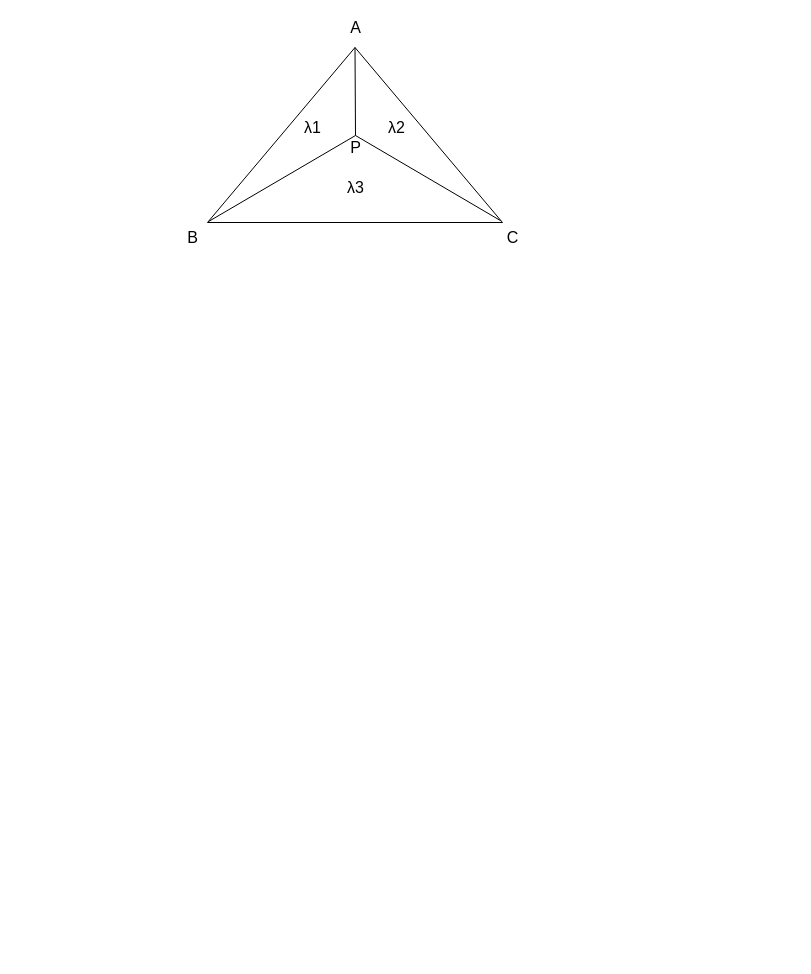
The draw.io diagram file/Render/Graphics/BarycentricInterpolation/BarycentricInterpolation.drawio in FallingXun/FallingXun.github.io, before the edit. Source tidied: cells renumbered, new cells numbered last; positions are measured from the earlier drawing's top-left corner, leaving out a move shared by most shapes. Both pictures are drawn from the tidied source at 100%, with x=0, y=0 at pixel (177, -13).
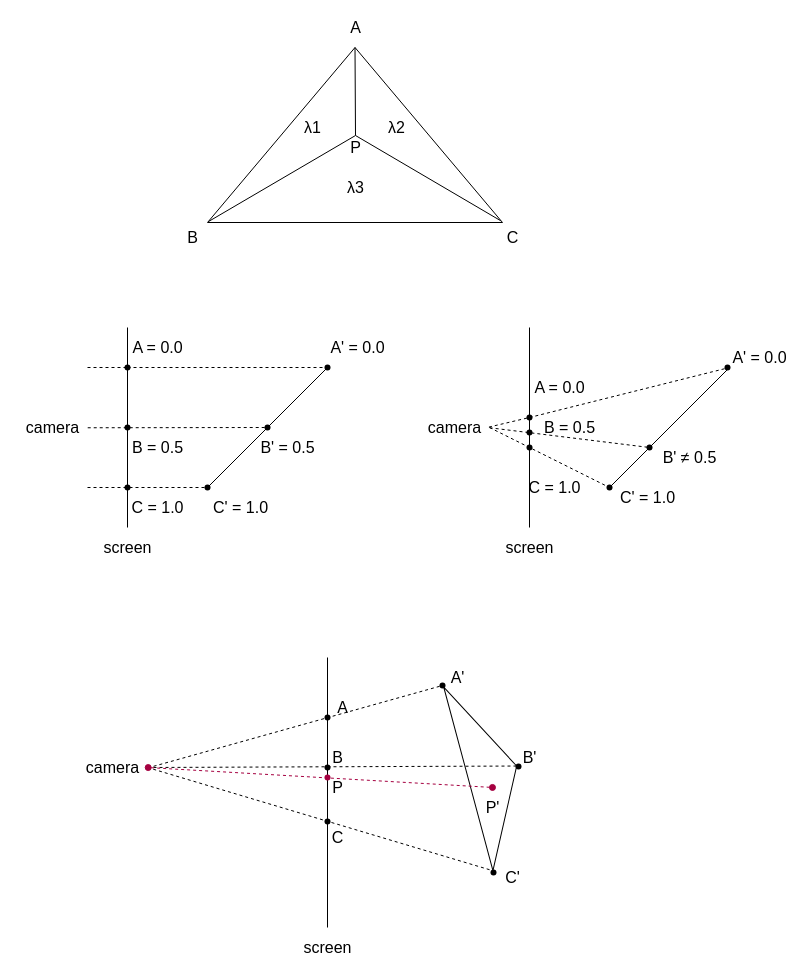
After the change.

What changed in the source:
```diff
@@
+    <mxCell id="13" style="endArrow=none;html=1;fontSize=16;startArrow=none;" parent="1" edge="1" source="73">
+      <mxGeometry relative="1" as="geometry">
+        <mxPoint x="-50" y="340" as="targetPoint" />
+      </mxGeometry>
+    </mxCell>
+    <mxCell id="14" style="endArrow=none;html=1;fontSize=16;startArrow=none;" parent="1" edge="1" source="67">
+      <mxGeometry relative="1" as="geometry">
+        <mxPoint x="150" y="380" as="targetPoint" />
+      </mxGeometry>
+    </mxCell>
+    <mxCell id="15" style="endArrow=none;dashed=1;html=1;fontSize=16;startArrow=none;" parent="1" edge="1" source="65">
+      <mxGeometry relative="1" as="geometry">
+        <mxPoint x="150" y="380" as="targetPoint" />
+      </mxGeometry>
+    </mxCell>
+    <mxCell id="16" value="camera" style="text;html=1;align=center;verticalAlign=middle;points=[];fillColor=none;strokeColor=none;rounded=0;fontSize=16;" parent="1" vertex="1">
+      <mxGeometry x="-160" y="430" width="70" height="20" as="geometry" />
+    </mxCell>
+    <mxCell id="17" value="screen" style="text;html=1;align=center;verticalAlign=middle;fillColor=none;strokeColor=none;rounded=0;fontSize=16;" parent="1" vertex="1">
+      <mxGeometry x="-80" y="550" width="60" height="20" as="geometry" />
+    </mxCell>
+    <mxCell id="18" style="endArrow=none;dashed=1;html=1;fontSize=16;exitX=1.003;exitY=0.513;exitDx=0;exitDy=0;exitPerimeter=0;" parent="1" edge="1" source="16">
+      <mxGeometry relative="1" as="geometry">
+        <mxPoint x="90" y="440" as="targetPoint" />
+      </mxGeometry>
+    </mxCell>
+    <mxCell id="19" style="endArrow=none;dashed=1;html=1;fontSize=16;startArrow=none;" parent="1" edge="1" source="69">
+      <mxGeometry relative="1" as="geometry">
+        <mxPoint x="30" y="500" as="targetPoint" />
+      </mxGeometry>
+    </mxCell>
+    <mxCell id="20" style="endArrow=none;html=1;fontSize=16;startArrow=none;" parent="1" edge="1" source="57">
+      <mxGeometry relative="1" as="geometry">
+        <mxPoint x="352" y="340" as="targetPoint" />
+      </mxGeometry>
+    </mxCell>
+    <mxCell id="21" style="endArrow=none;html=1;fontSize=16;startArrow=none;" parent="1" edge="1" source="62">
+      <mxGeometry relative="1" as="geometry">
+        <mxPoint x="552" y="380" as="targetPoint" />
+      </mxGeometry>
+    </mxCell>
+    <mxCell id="22" style="endArrow=none;dashed=1;html=1;fontSize=16;exitDx=0;exitDy=0;exitPerimeter=0;startArrow=none;" parent="1" edge="1" source="55">
+      <mxGeometry relative="1" as="geometry">
+        <mxPoint x="552" y="380" as="targetPoint" />
+      </mxGeometry>
+    </mxCell>
+    <mxCell id="23" value="camera" style="text;html=1;align=center;verticalAlign=middle;points=[];fillColor=none;strokeColor=none;rounded=0;fontSize=16;" parent="1" vertex="1">
+      <mxGeometry x="242" y="430" width="70" height="20" as="geometry" />
+    </mxCell>
+    <mxCell id="24" value="screen" style="text;html=1;align=center;verticalAlign=middle;fillColor=none;strokeColor=none;rounded=0;fontSize=16;" parent="1" vertex="1">
+      <mxGeometry x="322" y="550" width="60" height="20" as="geometry" />
+    </mxCell>
+    <mxCell id="25" style="endArrow=none;dashed=1;html=1;fontSize=16;exitX=1.003;exitY=0.513;exitDx=0;exitDy=0;exitPerimeter=0;" parent="1" edge="1" source="23">
+      <mxGeometry relative="1" as="geometry">
+        <mxPoint x="472" y="460" as="targetPoint" />
+      </mxGeometry>
+    </mxCell>
+    <mxCell id="26" style="endArrow=none;dashed=1;html=1;fontSize=16;" parent="1" edge="1">
+      <mxGeometry relative="1" as="geometry">
+        <mxPoint x="312" y="440" as="sourcePoint" />
+        <mxPoint x="432" y="500" as="targetPoint" />
+      </mxGeometry>
+    </mxCell>
+    <mxCell id="27" value="A = 0.0" style="text;html=1;align=center;verticalAlign=middle;fillColor=none;strokeColor=none;rounded=0;fontSize=16;" parent="1" vertex="1">
+      <mxGeometry x="-55" y="350" width="70" height="20" as="geometry" />
+    </mxCell>
+    <mxCell id="28" value="C = 1.0" style="text;html=1;align=center;verticalAlign=middle;fillColor=none;strokeColor=none;rounded=0;fontSize=16;" parent="1" vertex="1">
+      <mxGeometry x="-55" y="510" width="70" height="20" as="geometry" />
+    </mxCell>
+    <mxCell id="29" value="B = 0.5" style="text;html=1;align=center;verticalAlign=middle;fillColor=none;strokeColor=none;rounded=0;fontSize=16;" parent="1" vertex="1">
+      <mxGeometry x="-55" y="450" width="70" height="20" as="geometry" />
+    </mxCell>
+    <mxCell id="30" value="C' = 1.0" style="text;html=1;align=center;verticalAlign=middle;fillColor=none;strokeColor=none;rounded=0;fontSize=16;" parent="1" vertex="1">
+      <mxGeometry x="27.5" y="510" width="70" height="20" as="geometry" />
+    </mxCell>
+    <mxCell id="31" value="B' = 0.5" style="text;html=1;align=center;verticalAlign=middle;fillColor=none;strokeColor=none;rounded=0;fontSize=16;" parent="1" vertex="1">
+      <mxGeometry x="75" y="450" width="70" height="20" as="geometry" />
+    </mxCell>
+    <mxCell id="32" value="A' = 0.0" style="text;html=1;align=center;verticalAlign=middle;fillColor=none;strokeColor=none;rounded=0;fontSize=16;" parent="1" vertex="1">
+      <mxGeometry x="145" y="350" width="70" height="20" as="geometry" />
+    </mxCell>
+    <mxCell id="33" value="A = 0.0" style="text;html=1;align=center;verticalAlign=middle;fillColor=none;strokeColor=none;rounded=0;fontSize=16;" parent="1" vertex="1">
+      <mxGeometry x="347" y="390" width="70" height="20" as="geometry" />
+    </mxCell>
+    <mxCell id="34" value="A' = 0.0" style="text;html=1;align=center;verticalAlign=middle;fillColor=none;strokeColor=none;rounded=0;fontSize=16;" parent="1" vertex="1">
+      <mxGeometry x="547" y="360" width="70" height="20" as="geometry" />
+    </mxCell>
+    <mxCell id="35" value="B = 0.5" style="text;html=1;align=center;verticalAlign=middle;fillColor=none;strokeColor=none;rounded=0;fontSize=16;" parent="1" vertex="1">
+      <mxGeometry x="357" y="430" width="70" height="20" as="geometry" />
+    </mxCell>
+    <mxCell id="36" value="C = 1.0" style="text;html=1;align=center;verticalAlign=middle;fillColor=none;strokeColor=none;rounded=0;fontSize=16;" parent="1" vertex="1">
+      <mxGeometry x="342" y="490" width="70" height="20" as="geometry" />
+    </mxCell>
+    <mxCell id="37" value="C' = 1.0" style="text;html=1;align=center;verticalAlign=middle;fillColor=none;strokeColor=none;rounded=0;fontSize=16;" parent="1" vertex="1">
+      <mxGeometry x="434.5" y="500" width="70" height="20" as="geometry" />
+    </mxCell>
+    <mxCell id="38" value="B' ≠ 0.5" style="text;html=1;align=center;verticalAlign=middle;fillColor=none;strokeColor=none;rounded=0;fontSize=16;" parent="1" vertex="1">
+      <mxGeometry x="477" y="460" width="70" height="20" as="geometry" />
+    </mxCell>
+    <mxCell id="39" style="endArrow=none;html=1;fontSize=16;" parent="1" edge="1">
+      <mxGeometry relative="1" as="geometry">
+        <mxPoint x="150" y="940" as="sourcePoint" />
+        <mxPoint x="150" y="670" as="targetPoint" />
+      </mxGeometry>
+    </mxCell>
+    <mxCell id="40" value="camera" style="text;html=1;align=center;verticalAlign=middle;points=[];fillColor=none;strokeColor=none;rounded=0;fontSize=16;" parent="1" vertex="1">
+      <mxGeometry x="-100" y="770" width="70" height="20" as="geometry" />
+    </mxCell>
+    <mxCell id="41" value="screen" style="text;html=1;align=center;verticalAlign=middle;fillColor=none;strokeColor=none;rounded=0;fontSize=16;" parent="1" vertex="1">
+      <mxGeometry x="120" y="950" width="60" height="20" as="geometry" />
+    </mxCell>
+    <mxCell id="42" style="triangle;whiteSpace=wrap;html=1;fontSize=16;fillColor=none;rotation=-15;" parent="1" vertex="1">
+      <mxGeometry x="290" y="690" width="50" height="190" as="geometry" />
+    </mxCell>
+    <mxCell id="43" style="endArrow=none;dashed=1;html=1;fontSize=16;exitX=1.004;exitY=0.521;exitDx=0;exitDy=0;exitPerimeter=0;" parent="1" edge="1" source="40" target="82">
+      <mxGeometry relative="1" as="geometry" />
+    </mxCell>
+    <mxCell id="44" style="endArrow=none;dashed=1;html=1;fontSize=16;entryX=0;entryY=1;entryDx=0;entryDy=0;entryPerimeter=0;" parent="1" edge="1" target="42">
+      <mxGeometry relative="1" as="geometry">
+        <mxPoint x="-30" y="780" as="sourcePoint" />
+      </mxGeometry>
+    </mxCell>
+    <mxCell id="45" style="endArrow=none;dashed=1;html=1;fontSize=16;entryX=1;entryY=0.5;entryDx=0;entryDy=0;" parent="1" edge="1" target="42">
+      <mxGeometry relative="1" as="geometry">
+        <mxPoint x="-30" y="780" as="sourcePoint" />
+      </mxGeometry>
+    </mxCell>
+    <mxCell id="46" style="endArrow=oval;dashed=1;html=1;fontSize=16;entryX=0.422;entryY=0.576;entryDx=0;entryDy=0;entryPerimeter=0;fillColor=#d80073;strokeColor=#A50040;rounded=1;targetPerimeterSpacing=0;sourcePerimeterSpacing=0;endFill=1;startArrow=oval;startFill=1;exitX=1.01;exitY=0.503;exitDx=0;exitDy=0;exitPerimeter=0;" parent="1" edge="1" source="40" target="42">
+      <mxGeometry relative="1" as="geometry" />
+    </mxCell>
+    <mxCell id="47" value="A'" style="text;html=1;align=center;verticalAlign=middle;fillColor=none;strokeColor=none;rounded=0;fontSize=16;" parent="1" vertex="1">
+      <mxGeometry x="265" y="680" width="30" height="20" as="geometry" />
+    </mxCell>
+    <mxCell id="48" value="B'" style="text;html=1;align=center;verticalAlign=middle;fillColor=none;strokeColor=none;rounded=0;fontSize=16;" parent="1" vertex="1">
+      <mxGeometry x="337" y="760" width="30" height="20" as="geometry" />
+    </mxCell>
+    <mxCell id="49" value="C'" style="text;html=1;align=center;verticalAlign=middle;fillColor=none;strokeColor=none;rounded=0;fontSize=16;" parent="1" vertex="1">
+      <mxGeometry x="320" y="880" width="30" height="20" as="geometry" />
+    </mxCell>
+    <mxCell id="50" value="P'" style="text;html=1;align=center;verticalAlign=middle;fillColor=none;strokeColor=none;rounded=0;fontSize=16;" parent="1" vertex="1">
+      <mxGeometry x="300" y="810" width="30" height="20" as="geometry" />
+    </mxCell>
+    <mxCell id="51" value="A" style="text;html=1;align=center;verticalAlign=middle;fillColor=none;strokeColor=none;rounded=0;fontSize=16;" parent="1" vertex="1">
+      <mxGeometry x="150" y="710" width="30" height="20" as="geometry" />
+    </mxCell>
+    <mxCell id="52" value="B" style="text;html=1;align=center;verticalAlign=middle;fillColor=none;strokeColor=none;rounded=0;fontSize=16;" parent="1" vertex="1">
+      <mxGeometry x="145" y="760" width="30" height="20" as="geometry" />
+    </mxCell>
+    <mxCell id="53" value="P" style="text;html=1;align=center;verticalAlign=middle;fillColor=none;strokeColor=none;rounded=0;fontSize=16;" parent="1" vertex="1">
+      <mxGeometry x="145" y="790" width="30" height="20" as="geometry" />
+    </mxCell>
+    <mxCell id="54" value="C" style="text;html=1;align=center;verticalAlign=middle;fillColor=none;strokeColor=none;rounded=0;fontSize=16;" parent="1" vertex="1">
+      <mxGeometry x="145" y="840" width="30" height="20" as="geometry" />
+    </mxCell>
+    <mxCell id="55" style="shape=waypoint;sketch=0;size=6;points=[];fillColor=none;perimeter=centerPerimeter;snapToPoint=1;fontSize=16;" parent="1" vertex="1">
+      <mxGeometry x="332" y="410" width="40" height="40" as="geometry" />
+    </mxCell>
+    <mxCell id="56" style="endArrow=none;dashed=1;html=1;fontSize=16;exitX=0.992;exitY=0.479;exitDx=0;exitDy=0;exitPerimeter=0;" parent="1" edge="1" source="23" target="55">
+      <mxGeometry relative="1" as="geometry" />
+    </mxCell>
+    <mxCell id="57" style="shape=waypoint;sketch=0;size=6;points=[];fillColor=none;perimeter=centerPerimeter;snapToPoint=1;fontSize=16;" parent="1" vertex="1">
+      <mxGeometry x="332" y="440" width="40" height="40" as="geometry" />
+    </mxCell>
+    <mxCell id="58" style="endArrow=none;html=1;fontSize=16;" parent="1" edge="1" target="57">
+      <mxGeometry relative="1" as="geometry">
+        <mxPoint x="352" y="540" as="sourcePoint" />
+      </mxGeometry>
+    </mxCell>
+    <mxCell id="59" style="shape=waypoint;sketch=0;size=6;fillColor=none;perimeter=centerPerimeter;fontSize=16;" parent="1" vertex="1">
+      <mxGeometry x="332" y="425" width="40" height="40" as="geometry" />
+    </mxCell>
+    <mxCell id="60" style="shape=waypoint;sketch=0;size=6;points=[];fillColor=none;perimeter=centerPerimeter;snapToPoint=1;fontSize=16;" parent="1" vertex="1">
+      <mxGeometry x="412" y="480" width="40" height="40" as="geometry" />
+    </mxCell>
+    <mxCell id="61" style="endArrow=none;html=1;fontSize=16;" parent="1" edge="1" target="60">
+      <mxGeometry relative="1" as="geometry">
+        <mxPoint x="432" y="500" as="sourcePoint" />
+      </mxGeometry>
+    </mxCell>
+    <mxCell id="62" style="shape=waypoint;sketch=0;size=6;points=[];fillColor=none;perimeter=centerPerimeter;snapToPoint=1;fontSize=16;" parent="1" vertex="1">
+      <mxGeometry x="452" y="440" width="40" height="40" as="geometry" />
+    </mxCell>
+    <mxCell id="63" style="endArrow=none;html=1;fontSize=16;startArrow=none;" parent="1" edge="1" source="60" target="62">
+      <mxGeometry relative="1" as="geometry" />
+    </mxCell>
+    <mxCell id="64" style="shape=waypoint;sketch=0;size=6;fillColor=none;perimeter=centerPerimeter;fontSize=16;" parent="1" vertex="1">
+      <mxGeometry x="530" y="360" width="40" height="40" as="geometry" />
+    </mxCell>
+    <mxCell id="65" style="shape=waypoint;sketch=0;size=6;points=[];fillColor=none;perimeter=centerPerimeter;snapToPoint=1;fontSize=16;" parent="1" vertex="1">
+      <mxGeometry x="130" y="360" width="40" height="40" as="geometry" />
+    </mxCell>
+    <mxCell id="66" style="endArrow=none;dashed=1;html=1;fontSize=16;startArrow=none;" parent="1" edge="1" source="71" target="65">
+      <mxGeometry relative="1" as="geometry" />
+    </mxCell>
+    <mxCell id="67" style="shape=waypoint;sketch=0;size=6;points=[];fillColor=none;perimeter=centerPerimeter;snapToPoint=1;fontSize=16;" parent="1" vertex="1">
+      <mxGeometry x="70" y="420" width="40" height="40" as="geometry" />
+    </mxCell>
+    <mxCell id="68" style="endArrow=none;html=1;fontSize=16;" parent="1" edge="1" target="67">
+      <mxGeometry relative="1" as="geometry">
+        <mxPoint x="30" y="500" as="sourcePoint" />
+      </mxGeometry>
+    </mxCell>
+    <mxCell id="69" style="shape=waypoint;sketch=0;size=6;points=[];fillColor=none;perimeter=centerPerimeter;snapToPoint=1;fontSize=16;" parent="1" vertex="1">
+      <mxGeometry x="10" y="480" width="40" height="40" as="geometry" />
+    </mxCell>
+    <mxCell id="70" style="endArrow=none;dashed=1;html=1;fontSize=16;" parent="1" edge="1" target="69">
+      <mxGeometry relative="1" as="geometry">
+        <mxPoint x="-90" y="500" as="sourcePoint" />
+      </mxGeometry>
+    </mxCell>
+    <mxCell id="71" style="shape=waypoint;sketch=0;size=6;points=[];fillColor=none;perimeter=centerPerimeter;snapToPoint=1;fontSize=16;" parent="1" vertex="1">
+      <mxGeometry x="-70" y="360" width="40" height="40" as="geometry" />
+    </mxCell>
+    <mxCell id="72" style="endArrow=none;dashed=1;html=1;fontSize=16;" parent="1" edge="1" target="71">
+      <mxGeometry relative="1" as="geometry">
+        <mxPoint x="-90" y="380" as="sourcePoint" />
+      </mxGeometry>
+    </mxCell>
+    <mxCell id="73" style="shape=waypoint;sketch=0;size=6;points=[];fillColor=none;perimeter=centerPerimeter;snapToPoint=1;fontSize=16;" parent="1" vertex="1">
+      <mxGeometry x="-70" y="420" width="40" height="40" as="geometry" />
+    </mxCell>
+    <mxCell id="74" style="endArrow=none;html=1;fontSize=16;" parent="1" edge="1" target="73">
+      <mxGeometry relative="1" as="geometry">
+        <mxPoint x="-50" y="540" as="sourcePoint" />
+      </mxGeometry>
+    </mxCell>
+    <mxCell id="75" style="shape=waypoint;sketch=0;size=6;fillColor=none;perimeter=centerPerimeter;fontSize=16;" parent="1" vertex="1">
+      <mxGeometry x="-70" y="480" width="40" height="40" as="geometry" />
+    </mxCell>
+    <mxCell id="76" style="shape=waypoint;sketch=0;size=6;fillColor=none;perimeter=centerPerimeter;fontSize=16;" parent="1" vertex="1">
+      <mxGeometry x="130" y="710" width="40" height="40" as="geometry" />
+    </mxCell>
+    <mxCell id="77" style="shape=waypoint;sketch=0;size=6;fillColor=none;perimeter=centerPerimeter;fontSize=16;" parent="1" vertex="1">
+      <mxGeometry x="130" y="760" width="40" height="40" as="geometry" />
+    </mxCell>
+    <mxCell id="78" style="shape=waypoint;sketch=0;size=6;fillColor=#d80073;perimeter=centerPerimeter;fontSize=16;fontColor=#ffffff;strokeColor=#A50040;" parent="1" vertex="1">
+      <mxGeometry x="130" y="770" width="40" height="40" as="geometry" />
+    </mxCell>
+    <mxCell id="79" style="shape=waypoint;sketch=0;size=6;fillColor=none;perimeter=centerPerimeter;fontSize=16;" parent="1" vertex="1">
+      <mxGeometry x="130" y="814" width="40" height="40" as="geometry" />
+    </mxCell>
+    <mxCell id="80" style="shape=waypoint;sketch=0;size=6;fillColor=none;perimeter=centerPerimeter;fontSize=16;" parent="1" vertex="1">
+      <mxGeometry x="296" y="865" width="40" height="40" as="geometry" />
+    </mxCell>
+    <mxCell id="81" style="shape=waypoint;sketch=0;size=6;fillColor=none;perimeter=centerPerimeter;fontSize=16;" parent="1" vertex="1">
+      <mxGeometry x="321" y="759" width="40" height="40" as="geometry" />
+    </mxCell>
+    <mxCell id="82" style="shape=waypoint;sketch=0;size=6;points=[];fillColor=none;perimeter=centerPerimeter;snapToPoint=1;fontSize=16;" parent="1" vertex="1">
+      <mxGeometry x="245" y="678" width="40" height="40" as="geometry" />
+    </mxCell>
```
